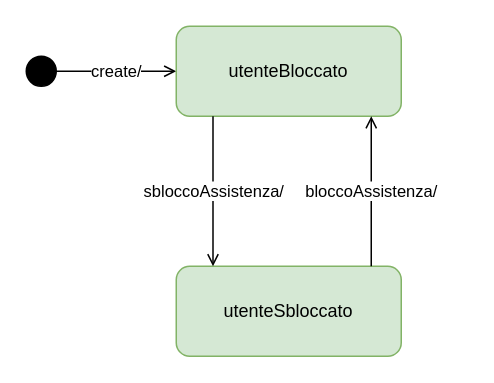
Above: diagrammaDiStato/diagramma_stato_professionista.drawio in Iannicc/Pet-Party (draw.io), before the change. Source tidied: cells renumbered, new cells numbered last; positions are measured from the earlier drawing's top-left corner, leaving out a move shared by most shapes. Both pictures are drawn from the tidied source at 150%, with x=0, y=0 at pixel (26, 26).
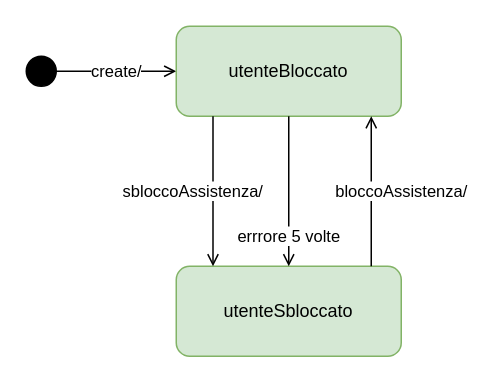
Above is the later version.

Diff of the diagram source:
```diff
@@
 <mxGraphModel>
   <root>
     <mxCell id="0" />
     <mxCell id="1" parent="0" />
     <mxCell id="2" style="ellipse;whiteSpace=wrap;html=1;fillColor=#000000;" parent="1" vertex="1">
       <mxGeometry y="20" width="20" height="20" as="geometry" />
     </mxCell>
     <mxCell id="3" value="create/" style="endArrow=open;html=1;rounded=0;exitX=1;exitY=0.5;exitDx=0;exitDy=0;entryX=0;entryY=0.5;entryDx=0;entryDy=0;endFill=0;" parent="1" edge="1" target="4">
       <mxGeometry relative="1" as="geometry">
         <mxPoint x="20" y="30" as="sourcePoint" />
       </mxGeometry>
     </mxCell>
     <mxCell id="4" value="utenteBloccato" style="rounded=1;whiteSpace=wrap;html=1;fillColor=#d5e8d4;strokeColor=#82b366;" parent="1" vertex="1">
       <mxGeometry x="100" width="150" height="60" as="geometry" />
     </mxCell>
     <mxCell id="5" value="utenteSbloccato" style="rounded=1;whiteSpace=wrap;html=1;fillColor=#d5e8d4;strokeColor=#82b366;" parent="1" vertex="1">
       <mxGeometry x="100" y="160" width="150" height="60" as="geometry" />
     </mxCell>
     <mxCell id="6" value="sbloccoAssistenza/" style="endArrow=open;html=1;rounded=0;exitX=0.25;exitY=1;exitDx=0;exitDy=0;entryX=0.25;entryY=0;entryDx=0;entryDy=0;endFill=0;" parent="1" edge="1">
-      <mxGeometry relative="1" as="geometry">
+      <mxGeometry y="-14" relative="1" as="geometry">
         <mxPoint x="124.5" y="60" as="sourcePoint" />
         <mxPoint x="124.5" y="160" as="targetPoint" />
       </mxGeometry>
     </mxCell>
     <mxCell id="7" value="bloccoAssistenza/" style="endArrow=open;html=1;rounded=0;exitX=0.75;exitY=0;exitDx=0;exitDy=0;entryX=0.75;entryY=1;entryDx=0;entryDy=0;endFill=0;" parent="1" edge="1">
-      <mxGeometry relative="1" as="geometry">
+      <mxGeometry y="-20" relative="1" as="geometry">
         <mxPoint x="230" y="160" as="sourcePoint" />
         <mxPoint x="230" y="60" as="targetPoint" />
       </mxGeometry>
     </mxCell>
+    <mxCell id="8" value="errrore 5 volte" style="endArrow=open;html=1;rounded=0;exitX=0.5;exitY=1;exitDx=0;exitDy=0;endFill=0;" parent="1" edge="1" source="4" target="5">
+      <mxGeometry x="0.6" relative="1" as="geometry">
+        <Array as="points">
+          <mxPoint x="175" y="130" />
+        </Array>
+      </mxGeometry>
+    </mxCell>
   </root>
 </mxGraphModel>
```
